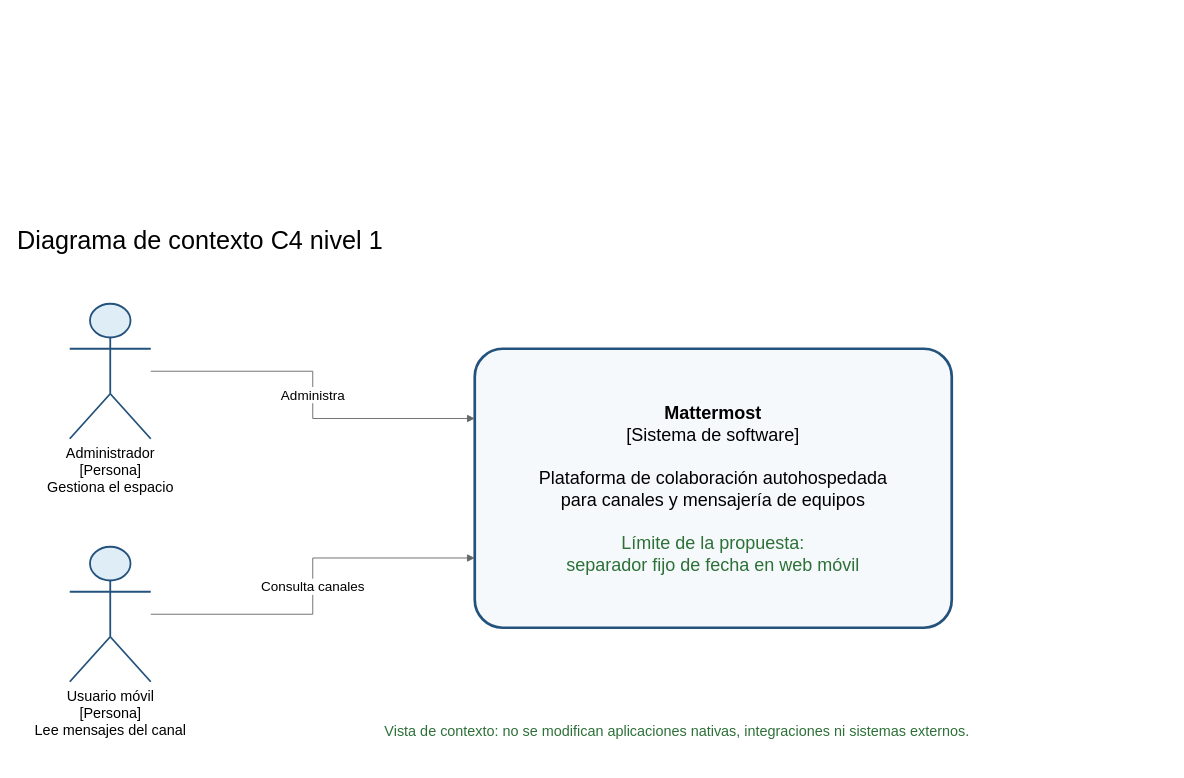
This is arquitectura-contexto.drawio from thegabrielobo/mattermost, a draw.io file, before an edit. Source tidied: cells renumbered, new cells numbered last; positions are measured from the earlier drawing's top-left corner, leaving out a move shared by most shapes. Both pictures are drawn from the tidied source at 90%, with x=0, y=0 at pixel (15, 213).
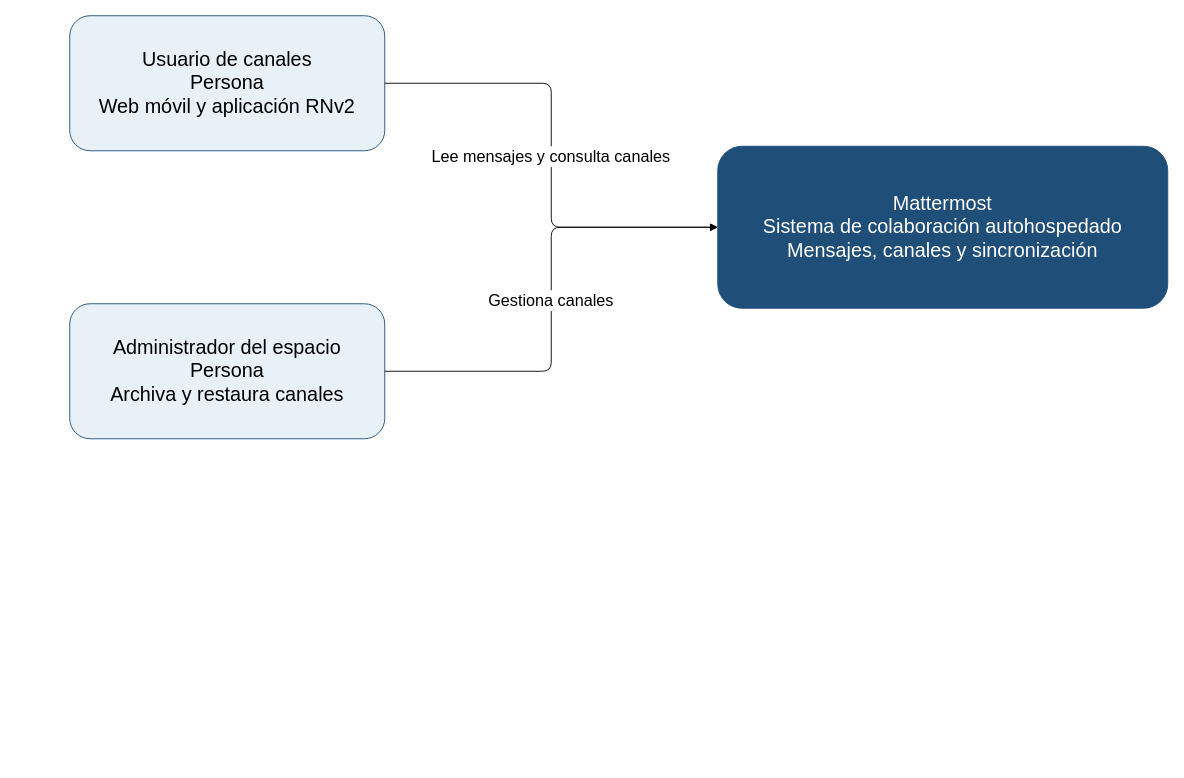
After the change.

Change to the diagram source:
```diff
@@
 <mxGraphModel>
   <root>
     <mxCell id="0" />
     <mxCell id="1" parent="0" />
-    <mxCell id="2" value="Diagrama de contexto C4 nivel 1" style="text;html=1;strokeColor=none;fillColor=none;fontFamily=Arial;fontSize=18;align=center;verticalAlign=middle;whiteSpace=wrap;fontSize=28;align=left;" parent="1" vertex="1">
-      <mxGeometry width="1100" height="60" as="geometry" />
-    </mxCell>
+    <mxCell id="9" value="Usuario de canales&#10;Persona&#10;Web móvil y aplicación RNv2" style="rounded=1;whiteSpace=wrap;html=0;fontFamily=Arial;fontSize=22;strokeColor=#1f4e79;fillColor=#e8f0f8;fontColor=#000000;" parent="1" vertex="1">
+      <mxGeometry x="60" y="-220" width="350" height="150" as="geometry" />
+    </mxCell>
-    <mxCell id="3" value="Administrador&#10;[Persona]&#10;Gestiona el espacio" style="shape=umlActor;html=1;verticalLabelPosition=bottom;verticalAlign=top;align=center;outlineConnect=0;strokeColor=#23527c;strokeWidth=2;fillColor=#dfedf7;fontFamily=Arial;fontSize=16;" parent="1" vertex="1">
-      <mxGeometry x="60" y="100" width="90" height="150" as="geometry" />
+    <mxCell id="3" value="Administrador del espacio&#10;Persona&#10;Archiva y restaura canales" style="rounded=1;whiteSpace=wrap;html=0;fontFamily=Arial;fontSize=22;strokeColor=#1f4e79;fillColor=#e8f0f8;fontColor=#000000;" parent="1" vertex="1">
+      <mxGeometry x="60" y="100" width="350" height="150" as="geometry" />
     </mxCell>
-    <mxCell id="4" value="Usuario móvil&#10;[Persona]&#10;Lee mensajes del canal" style="shape=umlActor;html=1;verticalLabelPosition=bottom;verticalAlign=top;align=center;outlineConnect=0;strokeColor=#23527c;strokeWidth=2;fillColor=#dfedf7;fontFamily=Arial;fontSize=16;" parent="1" vertex="1">
-      <mxGeometry x="60" y="370" width="90" height="150" as="geometry" />
-    </mxCell>
-    <mxCell id="5" value="&lt;b&gt;Mattermost&lt;/b&gt;&lt;br&gt;[Sistema de software]&lt;br&gt;&lt;br&gt;Plataforma de colaboración autohospedada&lt;br&gt;para canales y mensajería de equipos&lt;br&gt;&lt;br&gt;&lt;font color=&quot;#2d7038&quot;&gt;Límite de la propuesta:&lt;br&gt;separador fijo de fecha en web móvil&lt;/font&gt;" style="rounded=1;arcSize=10;whiteSpace=wrap;html=1;strokeColor=#23527c;strokeWidth=3;fillColor=#f6f9fc;fontFamily=Arial;fontSize=20;align=center;verticalAlign=middle;spacing=15;" parent="1" vertex="1">
-      <mxGeometry x="510" y="150" width="530" height="310" as="geometry" />
-    </mxCell>
-    <mxCell id="6" value="Administra" style="edgeStyle=orthogonalEdgeStyle;rounded=0;html=1;endArrow=block;endFill=1;strokeColor=#666666;fontFamily=Arial;fontSize=15;exitX=1;exitY=0.5;entryX=0;entryY=0.25;" parent="1" edge="1" source="3" target="5">
-      <mxGeometry relative="1" as="geometry" />
-    </mxCell>
-    <mxCell id="7" value="Consulta canales" style="edgeStyle=orthogonalEdgeStyle;rounded=0;html=1;endArrow=block;endFill=1;strokeColor=#666666;fontFamily=Arial;fontSize=15;exitX=1;exitY=0.5;entryX=0;entryY=0.75;" parent="1" edge="1" source="4" target="5">
-      <mxGeometry relative="1" as="geometry" />
-    </mxCell>
-    <mxCell id="8" value="Vista de contexto: no se modifican aplicaciones nativas, integraciones ni sistemas externos." style="text;html=1;strokeColor=none;fillColor=none;fontFamily=Arial;fontSize=18;align=center;verticalAlign=middle;whiteSpace=wrap;fontSize=16;fontColor=#2d7038;" parent="1" vertex="1">
-      <mxGeometry x="360" y="540" width="750" height="70" as="geometry" />
-    </mxCell>
+    <mxCell id="10" value="Mattermost&#10;Sistema de colaboración autohospedado&#10;Mensajes, canales y sincronización" style="rounded=1;whiteSpace=wrap;html=0;fontFamily=Arial;fontSize=22;strokeColor=#1f4e79;fillColor=#1f4e79;fontColor=#ffffff;" parent="1" vertex="1">
+      <mxGeometry x="780" y="-75" width="500" height="180" as="geometry" />
+    </mxCell>
+    <mxCell id="11" value="Lee mensajes y consulta canales" style="edgeStyle=orthogonalEdgeStyle;endArrow=block;fontSize=18;" parent="1" edge="1" source="9" target="10">
+      <mxGeometry relative="1" as="geometry" />
+    </mxCell>
+    <mxCell id="12" value="Gestiona canales" style="edgeStyle=orthogonalEdgeStyle;endArrow=block;fontSize=18;" parent="1" edge="1" source="3" target="10">
+      <mxGeometry relative="1" as="geometry" />
+    </mxCell>
   </root>
 </mxGraphModel>
```
